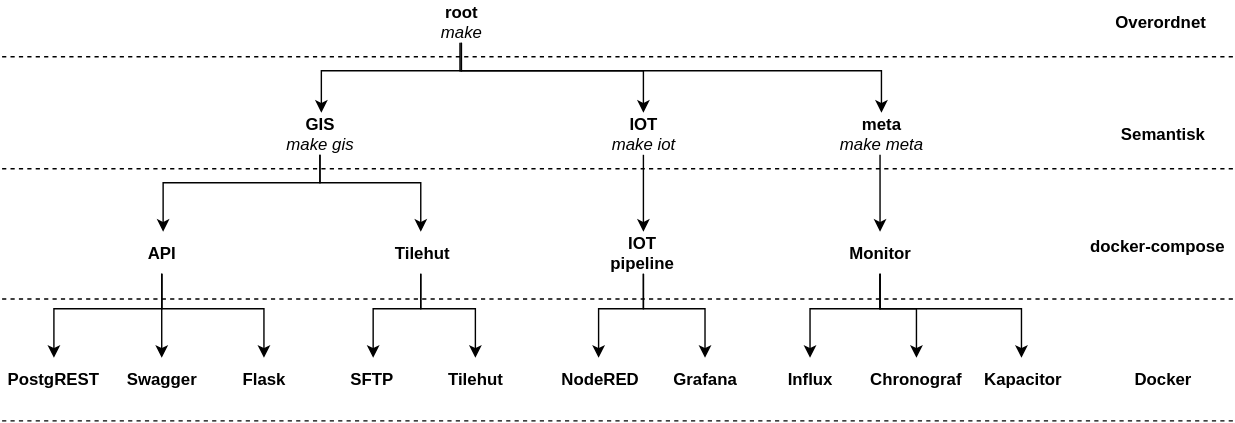
Earlier version of the draw.io export figures/tree.svg (frederiksberg/prod-app1-deployment). Source tidied: cells renumbered, new cells last; positions are measured from the earlier drawing's top-left corner, leaving out a move shared by most shapes.
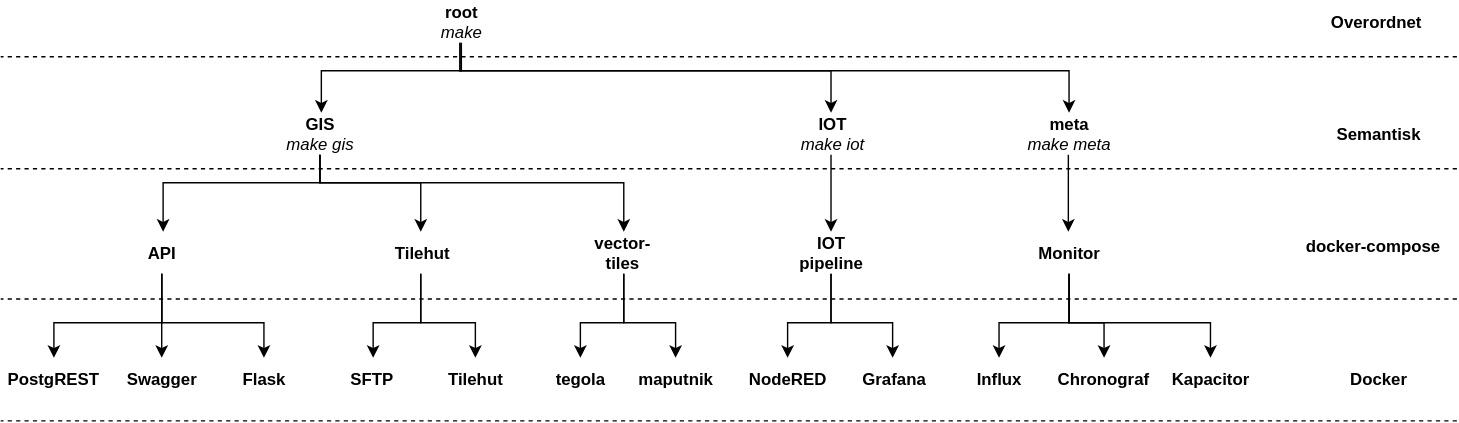
After the change.

Diff of the diagram source:
```diff
@@ -10,22 +10,22 @@
         </Array>
       </mxGeometry>
     </mxCell>
+    <mxCell id="4" style="edgeStyle=orthogonalEdgeStyle;rounded=0;jettySize=auto;html=1;" parent="1" edge="1" source="5" target="16">
+      <mxGeometry relative="1" as="geometry">
+        <Array as="points">
+          <mxPoint x="328" y="50" />
+          <mxPoint x="593" y="50" />
+        </Array>
+      </mxGeometry>
+    </mxCell>
-    <mxCell id="3" style="edgeStyle=orthogonalEdgeStyle;rounded=0;jettySize=auto;html=1;" parent="1" edge="1" source="5" target="7">
+    <mxCell id="3" style="edgeStyle=orthogonalEdgeStyle;rounded=0;jettySize=auto;html=1;entryX=0.5;entryY=0;entryDx=0;entryDy=0;" parent="1" edge="1" source="5" target="7">
       <mxGeometry relative="1" as="geometry">
         <Array as="points">
-          <mxPoint x="328.5" y="50" />
-          <mxPoint x="628.5" y="50" />
+          <mxPoint x="328" y="50" />
+          <mxPoint x="763" y="50" />
         </Array>
       </mxGeometry>
     </mxCell>
-    <mxCell id="4" style="edgeStyle=orthogonalEdgeStyle;rounded=0;jettySize=auto;html=1;" parent="1" edge="1" source="5" target="16">
-      <mxGeometry relative="1" as="geometry">
-        <Array as="points">
-          <mxPoint x="328" y="50" />
-          <mxPoint x="459" y="50" />
-        </Array>
-      </mxGeometry>
-    </mxCell>
     <mxCell id="5" value="&lt;b&gt;root&lt;/b&gt;&lt;br&gt;&lt;i&gt;make&lt;/i&gt;&lt;br&gt;" style="text;html=1;strokeColor=none;fillColor=none;align=center;verticalAlign=middle;whiteSpace=wrap;rounded=0;" parent="1" vertex="1">
       <mxGeometry x="296.5" width="63" height="30" as="geometry" />
     </mxCell>
@@ -33,74 +33,74 @@
       <mxGeometry relative="1" as="geometry" />
     </mxCell>
     <mxCell id="7" value="&lt;b&gt;meta&lt;/b&gt;&lt;br&gt;&lt;i&gt;make meta&lt;/i&gt;&lt;br&gt;" style="text;html=1;strokeColor=none;fillColor=none;align=center;verticalAlign=middle;whiteSpace=wrap;rounded=0;" parent="1" vertex="1">
-      <mxGeometry x="596.5" y="80" width="63" height="30" as="geometry" />
+      <mxGeometry x="731" y="80" width="63" height="30" as="geometry" />
     </mxCell>
     <mxCell id="8" style="edgeStyle=orthogonalEdgeStyle;rounded=0;jettySize=auto;html=1;" parent="1" edge="1" source="11" target="14">
       <mxGeometry relative="1" as="geometry">
         <Array as="points">
-          <mxPoint x="628" y="220" />
-          <mxPoint x="578" y="220" />
+          <mxPoint x="763" y="230" />
+          <mxPoint x="713" y="230" />
         </Array>
       </mxGeometry>
     </mxCell>
     <mxCell id="9" style="edgeStyle=orthogonalEdgeStyle;rounded=0;jettySize=auto;html=1;" parent="1" edge="1" source="11" target="13">
       <mxGeometry relative="1" as="geometry">
         <Array as="points">
-          <mxPoint x="628" y="220" />
-          <mxPoint x="654" y="220" />
+          <mxPoint x="763" y="230" />
+          <mxPoint x="788" y="230" />
         </Array>
       </mxGeometry>
     </mxCell>
     <mxCell id="10" style="edgeStyle=orthogonalEdgeStyle;rounded=0;jettySize=auto;html=1;" parent="1" edge="1" source="11" target="12">
       <mxGeometry relative="1" as="geometry">
         <Array as="points">
-          <mxPoint x="628" y="220" />
-          <mxPoint x="729" y="220" />
+          <mxPoint x="763" y="230" />
+          <mxPoint x="864" y="230" />
         </Array>
       </mxGeometry>
     </mxCell>
     <mxCell id="11" value="&lt;b&gt;Monitor&lt;/b&gt;&lt;br&gt;" style="text;html=1;strokeColor=none;fillColor=none;align=center;verticalAlign=middle;whiteSpace=wrap;rounded=0;" parent="1" vertex="1">
-      <mxGeometry x="596.5" y="165" width="63" height="30" as="geometry" />
+      <mxGeometry x="731" y="165" width="63" height="30" as="geometry" />
     </mxCell>
     <mxCell id="12" value="&lt;b&gt;Kapacitor&lt;/b&gt;&lt;br&gt;" style="text;html=1;strokeColor=none;fillColor=none;align=center;verticalAlign=middle;whiteSpace=wrap;rounded=0;" parent="1" vertex="1">
-      <mxGeometry x="697.5" y="255" width="63" height="30" as="geometry" />
+      <mxGeometry x="832" y="255" width="63" height="30" as="geometry" />
     </mxCell>
     <mxCell id="13" value="&lt;b&gt;Chronograf&lt;/b&gt;&lt;br&gt;" style="text;html=1;strokeColor=none;fillColor=none;align=center;verticalAlign=middle;whiteSpace=wrap;rounded=0;" parent="1" vertex="1">
-      <mxGeometry x="622" y="255" width="63" height="30" as="geometry" />
+      <mxGeometry x="756.5" y="255" width="63" height="30" as="geometry" />
     </mxCell>
     <mxCell id="14" value="&lt;b&gt;Influx&lt;/b&gt;&lt;br&gt;" style="text;html=1;strokeColor=none;fillColor=none;align=center;verticalAlign=middle;whiteSpace=wrap;rounded=0;" parent="1" vertex="1">
-      <mxGeometry x="546.5" y="255" width="63" height="30" as="geometry" />
+      <mxGeometry x="681" y="255" width="63" height="30" as="geometry" />
     </mxCell>
     <mxCell id="15" style="edgeStyle=orthogonalEdgeStyle;rounded=0;jettySize=auto;html=1;entryX=0.5;entryY=0;entryDx=0;entryDy=0;" parent="1" edge="1" source="16" target="19">
       <mxGeometry relative="1" as="geometry" />
     </mxCell>
     <mxCell id="16" value="&lt;b&gt;IOT&lt;/b&gt;&lt;br&gt;&lt;i&gt;make iot&lt;/i&gt;&lt;br&gt;" style="text;html=1;strokeColor=none;fillColor=none;align=center;verticalAlign=middle;whiteSpace=wrap;rounded=0;" parent="1" vertex="1">
-      <mxGeometry x="427" y="80" width="63" height="30" as="geometry" />
+      <mxGeometry x="561.5" y="80" width="63" height="30" as="geometry" />
     </mxCell>
     <mxCell id="17" style="edgeStyle=orthogonalEdgeStyle;rounded=0;jettySize=auto;html=1;" parent="1" edge="1" source="19" target="20">
       <mxGeometry relative="1" as="geometry">
         <Array as="points">
-          <mxPoint x="459" y="220" />
-          <mxPoint x="427" y="220" />
+          <mxPoint x="593" y="230" />
+          <mxPoint x="562" y="230" />
         </Array>
       </mxGeometry>
     </mxCell>
     <mxCell id="18" style="edgeStyle=orthogonalEdgeStyle;rounded=0;jettySize=auto;html=1;entryX=0.5;entryY=0;entryDx=0;entryDy=0;" parent="1" edge="1" source="19" target="21">
       <mxGeometry relative="1" as="geometry">
         <Array as="points">
-          <mxPoint x="459" y="220" />
-          <mxPoint x="503" y="220" />
+          <mxPoint x="593" y="230" />
+          <mxPoint x="637" y="230" />
         </Array>
       </mxGeometry>
     </mxCell>
     <mxCell id="19" value="&lt;b&gt;IOT pipeline&lt;/b&gt;&lt;br&gt;" style="text;html=1;strokeColor=none;fillColor=none;align=center;verticalAlign=middle;whiteSpace=wrap;rounded=0;" parent="1" vertex="1">
-      <mxGeometry x="427" y="165" width="63" height="30" as="geometry" />
+      <mxGeometry x="561.5" y="165" width="63" height="30" as="geometry" />
     </mxCell>
     <mxCell id="20" value="&lt;b&gt;NodeRED&lt;/b&gt;&lt;br&gt;" style="text;html=1;strokeColor=none;fillColor=none;align=center;verticalAlign=middle;whiteSpace=wrap;rounded=0;" parent="1" vertex="1">
-      <mxGeometry x="395.5" y="255" width="63" height="30" as="geometry" />
+      <mxGeometry x="530" y="255" width="63" height="30" as="geometry" />
     </mxCell>
     <mxCell id="21" value="&lt;b&gt;Grafana&lt;/b&gt;&lt;br&gt;" style="text;html=1;strokeColor=none;fillColor=none;align=center;verticalAlign=middle;whiteSpace=wrap;rounded=0;" parent="1" vertex="1">
-      <mxGeometry x="471" y="255" width="63" height="30" as="geometry" />
+      <mxGeometry x="605.5" y="255" width="63" height="30" as="geometry" />
     </mxCell>
     <mxCell id="22" style="edgeStyle=orthogonalEdgeStyle;rounded=0;jettySize=auto;html=1;" parent="1" edge="1" target="28">
       <mxGeometry relative="1" as="geometry">
@@ -119,14 +119,22 @@
         </Array>
       </mxGeometry>
     </mxCell>
+    <mxCell id="45" style="edgeStyle=orthogonalEdgeStyle;rounded=0;jettySize=auto;html=1;" parent="1" edge="1" source="24" target="48">
+      <mxGeometry relative="1" as="geometry">
+        <Array as="points">
+          <mxPoint x="228" y="130" />
+          <mxPoint x="445" y="130" />
+        </Array>
+      </mxGeometry>
+    </mxCell>
     <mxCell id="24" value="&lt;b&gt;GIS&lt;/b&gt;&lt;br&gt;&lt;i&gt;make gis&lt;/i&gt;&lt;br&gt;" style="text;html=1;strokeColor=none;fillColor=none;align=center;verticalAlign=middle;whiteSpace=wrap;rounded=0;" parent="1" vertex="1">
       <mxGeometry x="196.5" y="80" width="63" height="30" as="geometry" />
     </mxCell>
     <mxCell id="25" style="edgeStyle=orthogonalEdgeStyle;rounded=0;jettySize=auto;html=1;" parent="1" edge="1" source="28" target="36">
       <mxGeometry relative="1" as="geometry">
         <Array as="points">
-          <mxPoint x="115" y="220" />
-          <mxPoint x="38" y="220" />
+          <mxPoint x="115" y="230" />
+          <mxPoint x="38" y="230" />
         </Array>
       </mxGeometry>
     </mxCell>
@@ -136,8 +144,8 @@
     <mxCell id="27" style="edgeStyle=orthogonalEdgeStyle;rounded=0;jettySize=auto;html=1;entryX=0.5;entryY=0;entryDx=0;entryDy=0;" parent="1" edge="1" source="28" target="35">
       <mxGeometry relative="1" as="geometry">
         <Array as="points">
-          <mxPoint x="115" y="220" />
-          <mxPoint x="188" y="220" />
+          <mxPoint x="115" y="230" />
+          <mxPoint x="188" y="230" />
         </Array>
       </mxGeometry>
     </mxCell>
@@ -147,16 +155,16 @@
     <mxCell id="29" style="edgeStyle=orthogonalEdgeStyle;rounded=0;jettySize=auto;html=1;" parent="1" edge="1" source="31" target="33">
       <mxGeometry relative="1" as="geometry">
         <Array as="points">
-          <mxPoint x="300" y="220" />
-          <mxPoint x="339" y="220" />
+          <mxPoint x="300" y="230" />
+          <mxPoint x="339" y="230" />
         </Array>
       </mxGeometry>
     </mxCell>
     <mxCell id="30" style="edgeStyle=orthogonalEdgeStyle;rounded=0;jettySize=auto;html=1;" parent="1" edge="1" source="31" target="32">
       <mxGeometry relative="1" as="geometry">
         <Array as="points">
-          <mxPoint x="300" y="220" />
-          <mxPoint x="266" y="220" />
+          <mxPoint x="300" y="230" />
+          <mxPoint x="266" y="230" />
         </Array>
       </mxGeometry>
     </mxCell>
@@ -180,39 +188,64 @@
     </mxCell>
     <mxCell id="37" style="endArrow=none;dashed=1;html=1;" parent="1" edge="1">
       <mxGeometry relative="1" as="geometry">
-        <mxPoint x="880" y="300" as="sourcePoint" />
+        <mxPoint x="1040" y="300" as="sourcePoint" />
         <mxPoint y="300" as="targetPoint" />
       </mxGeometry>
     </mxCell>
     <mxCell id="38" style="endArrow=none;dashed=1;html=1;" parent="1" edge="1">
       <mxGeometry relative="1" as="geometry">
-        <mxPoint x="880" y="213" as="sourcePoint" />
+        <mxPoint x="1040" y="213" as="sourcePoint" />
         <mxPoint y="213" as="targetPoint" />
       </mxGeometry>
     </mxCell>
     <mxCell id="39" style="endArrow=none;dashed=1;html=1;" parent="1" edge="1">
       <mxGeometry relative="1" as="geometry">
-        <mxPoint x="880" y="120" as="sourcePoint" />
+        <mxPoint x="1040" y="120" as="sourcePoint" />
         <mxPoint y="120" as="targetPoint" />
       </mxGeometry>
     </mxCell>
     <mxCell id="40" style="endArrow=none;dashed=1;html=1;" parent="1" edge="1">
       <mxGeometry relative="1" as="geometry">
-        <mxPoint x="880" y="40" as="sourcePoint" />
+        <mxPoint x="1040" y="40" as="sourcePoint" />
         <mxPoint y="40" as="targetPoint" />
       </mxGeometry>
     </mxCell>
     <mxCell id="41" value="&lt;b&gt;Overordnet&amp;nbsp;&lt;/b&gt;" style="text;html=1;strokeColor=none;fillColor=none;align=center;verticalAlign=middle;whiteSpace=wrap;rounded=0;" parent="1" vertex="1">
-      <mxGeometry x="780" width="101" height="30" as="geometry" />
+      <mxGeometry x="934" width="101" height="30" as="geometry" />
     </mxCell>
     <mxCell id="42" value="&lt;b&gt;Semantisk&lt;/b&gt;" style="text;html=1;strokeColor=none;fillColor=none;align=center;verticalAlign=middle;whiteSpace=wrap;rounded=0;" parent="1" vertex="1">
-      <mxGeometry x="780" y="80" width="101" height="30" as="geometry" />
+      <mxGeometry x="934" y="80" width="101" height="30" as="geometry" />
     </mxCell>
     <mxCell id="43" value="&lt;b&gt;docker-compose&lt;/b&gt;" style="text;html=1;strokeColor=none;fillColor=none;align=center;verticalAlign=middle;whiteSpace=wrap;rounded=0;" parent="1" vertex="1">
-      <mxGeometry x="776" y="160" width="101" height="30" as="geometry" />
+      <mxGeometry x="930" y="160" width="101" height="30" as="geometry" />
     </mxCell>
     <mxCell id="44" value="&lt;b&gt;Docker&lt;/b&gt;" style="text;html=1;strokeColor=none;fillColor=none;align=center;verticalAlign=middle;whiteSpace=wrap;rounded=0;" parent="1" vertex="1">
-      <mxGeometry x="780" y="255" width="101" height="30" as="geometry" />
+      <mxGeometry x="934" y="255" width="101" height="30" as="geometry" />
     </mxCell>
+    <mxCell id="46" style="edgeStyle=orthogonalEdgeStyle;rounded=0;jettySize=auto;html=1;entryX=0.5;entryY=0;entryDx=0;entryDy=0;" parent="1" edge="1" source="48" target="49">
+      <mxGeometry relative="1" as="geometry">
+        <Array as="points">
+          <mxPoint x="445" y="230" />
+          <mxPoint x="414" y="230" />
+        </Array>
+      </mxGeometry>
+    </mxCell>
+    <mxCell id="47" style="edgeStyle=orthogonalEdgeStyle;rounded=0;jettySize=auto;html=1;entryX=0.5;entryY=0;entryDx=0;entryDy=0;" parent="1" edge="1" source="48" target="50">
+      <mxGeometry relative="1" as="geometry">
+        <Array as="points">
+          <mxPoint x="445" y="230" />
+          <mxPoint x="482" y="230" />
+        </Array>
+      </mxGeometry>
+    </mxCell>
+    <mxCell id="48" value="&lt;b&gt;vector-tiles&lt;/b&gt;&lt;br&gt;" style="text;html=1;strokeColor=none;fillColor=none;align=center;verticalAlign=middle;whiteSpace=wrap;rounded=0;" parent="1" vertex="1">
+      <mxGeometry x="413" y="165" width="63" height="30" as="geometry" />
+    </mxCell>
+    <mxCell id="49" value="&lt;b&gt;tegola&lt;/b&gt;&lt;br&gt;" style="text;html=1;strokeColor=none;fillColor=none;align=center;verticalAlign=middle;whiteSpace=wrap;rounded=0;" parent="1" vertex="1">
+      <mxGeometry x="382" y="255" width="63" height="30" as="geometry" />
+    </mxCell>
+    <mxCell id="50" value="&lt;b&gt;maputnik&lt;/b&gt;&lt;br&gt;" style="text;html=1;strokeColor=none;fillColor=none;align=center;verticalAlign=middle;whiteSpace=wrap;rounded=0;" parent="1" vertex="1">
+      <mxGeometry x="450" y="255" width="63" height="30" as="geometry" />
+    </mxCell>
   </root>
 </mxGraphModel>
```
